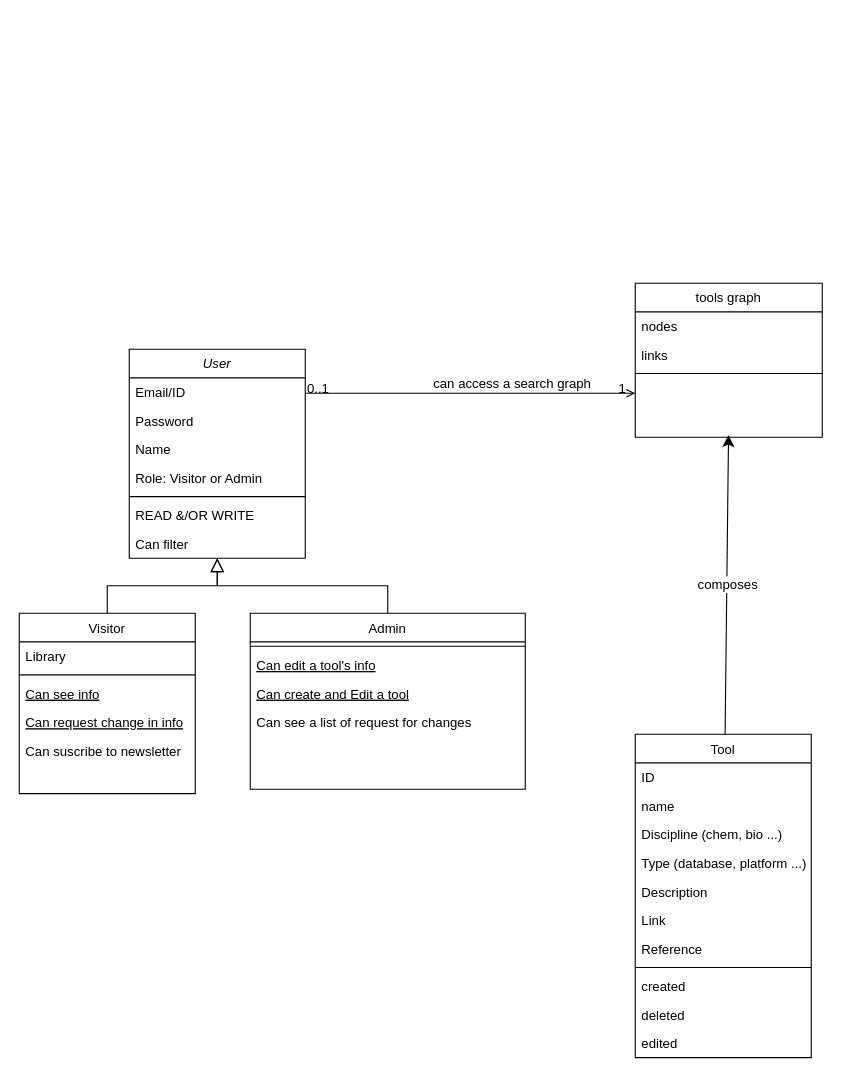
Before: Untitled Diagram.drawio in mr-nahash/cheminformatic-apps, a draw.io diagram. Source tidied: cells renumbered, new cells numbered last; positions are measured from the earlier drawing's top-left corner, leaving out a move shared by most shapes. Both pictures are drawn from the tidied source at 110%, with x=0, y=0 at pixel (19, 283).
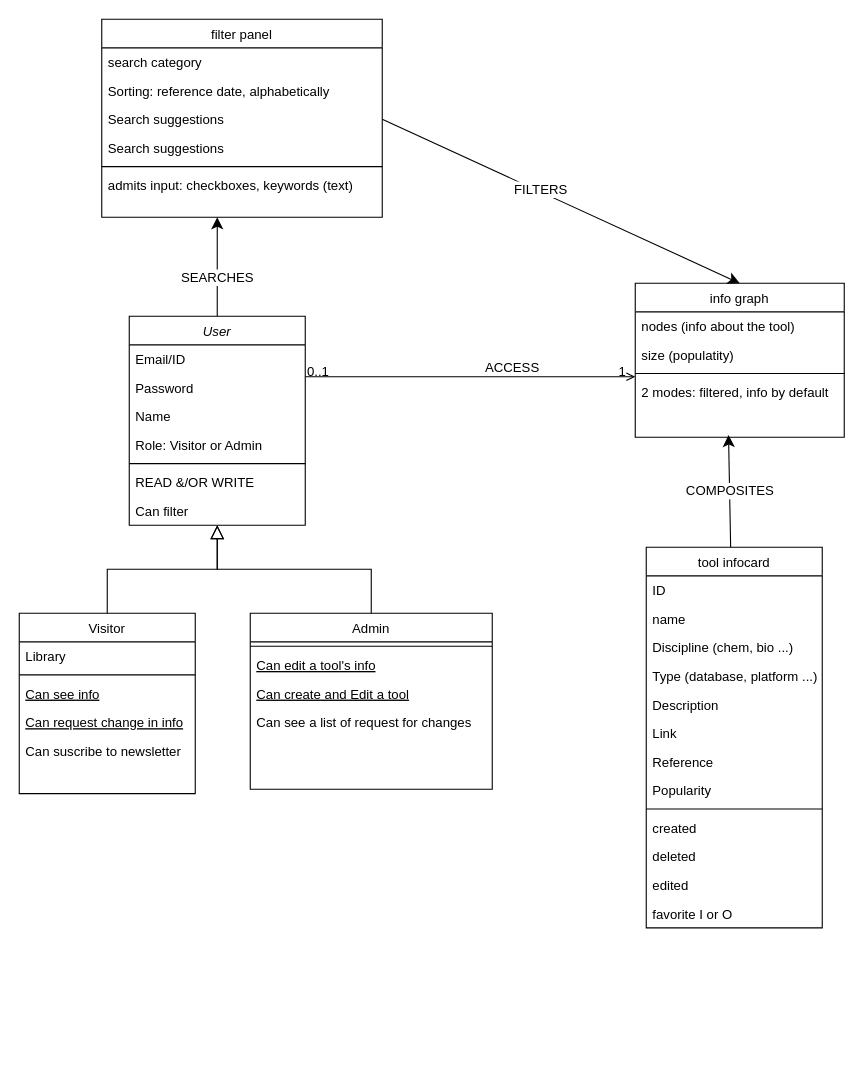
Above is the later version.

Commit message (it also covers changes not shown here):
chem-connect class diagram.drawio

The change refers to these unchanged cells:
```xml
<mxCell id="27" style="endArrow=open;shadow=0;strokeWidth=1;rounded=0;curved=0;endFill=1;edgeStyle=elbowEdgeStyle;elbow=vertical;" parent="1" edge="1" source="2" target="23">
  <mxGeometry x="0.5" y="41" relative="1" as="geometry">
    <mxPoint x="-40" y="32" as="offset" />
  </mxGeometry>
</mxCell>
<mxCell id="31" style="edgeStyle=none;curved=1;rounded=0;jettySize=auto;html=1;fontSize=12;startSize=8;endSize=8;" parent="1" edge="1" source="33">
  <mxGeometry relative="1" as="geometry">
    <mxPoint x="644.8" y="138" as="targetPoint" />
  </mxGeometry>
</mxCell>
```

Change to the diagram source:
```diff
@@
+    <mxCell id="45" style="edgeStyle=none;curved=1;rounded=0;jettySize=auto;html=1;exitX=0.5;exitY=0;exitDx=0;exitDy=0;fontSize=12;startSize=8;endSize=8;" parent="1" edge="1" source="2">
+      <mxGeometry relative="1" as="geometry">
+        <mxPoint x="180" y="-60" as="targetPoint" />
+      </mxGeometry>
+    </mxCell>
+    <mxCell id="46" value="SEARCHES" style="edgeLabel;html=1;align=center;verticalAlign=middle;fontSize=12;" parent="45" vertex="1">
+      <mxGeometry x="-0.2" y="1" relative="1" as="geometry" />
+    </mxCell>
     <mxCell id="2" value="User" style="swimlane;fontStyle=2;align=center;verticalAlign=top;horizontal=1;startSize=26;rounded=0;shadow=0;strokeWidth=1;" parent="1" vertex="1">
-      <mxGeometry x="100" y="60" width="160" height="190" as="geometry" />
+      <mxGeometry x="100" y="30" width="160" height="190" as="geometry" />
     </mxCell>
@@
     <mxCell id="17" value="Admin" style="swimlane;fontStyle=0;align=center;verticalAlign=top;horizontal=1;startSize=26;rounded=0;shadow=0;strokeWidth=1;" parent="1" vertex="1">
-      <mxGeometry x="210" y="300" width="250" height="160" as="geometry" />
+      <mxGeometry x="210" y="300" width="220" height="160" as="geometry" />
     </mxCell>
     <mxCell id="18" style="line;html=1;strokeWidth=1;align=left;verticalAlign=middle;spacingTop=-1;spacingLeft=3;spacingRight=3;labelPosition=right;" parent="17" vertex="1">
-      <mxGeometry y="26" width="250" height="8" as="geometry" />
+      <mxGeometry y="26" width="220" height="8" as="geometry" />
     </mxCell>
     <mxCell id="19" value="Can edit a tool's info" style="text;align=left;verticalAlign=top;spacingLeft=4;spacingRight=4;overflow=hidden;fontStyle=4;" parent="17" vertex="1">
-      <mxGeometry y="34" width="250" height="26" as="geometry" />
+      <mxGeometry y="34" width="220" height="26" as="geometry" />
     </mxCell>
     <mxCell id="20" value="Can create and Edit a tool" style="text;align=left;verticalAlign=top;spacingLeft=4;spacingRight=4;overflow=hidden;fontStyle=4;" parent="17" vertex="1">
-      <mxGeometry y="60" width="250" height="26" as="geometry" />
+      <mxGeometry y="60" width="220" height="26" as="geometry" />
     </mxCell>
     <mxCell id="21" value="Can see a list of request for changes" style="text;align=left;verticalAlign=top;spacingLeft=4;spacingRight=4;overflow=hidden;" parent="17" vertex="1">
-      <mxGeometry y="86" width="250" height="26" as="geometry" />
+      <mxGeometry y="86" width="220" height="26" as="geometry" />
     </mxCell>
@@
-    <mxCell id="23" value="tools graph" style="swimlane;fontStyle=0;align=center;verticalAlign=top;horizontal=1;startSize=26;rounded=0;shadow=0;strokeWidth=1;" parent="1" vertex="1">
-      <mxGeometry x="560" width="170" height="140" as="geometry" />
+    <mxCell id="23" value="info graph" style="swimlane;fontStyle=0;align=center;verticalAlign=top;horizontal=1;startSize=26;rounded=0;shadow=0;strokeWidth=1;" parent="1" vertex="1">
+      <mxGeometry x="560" width="190" height="140" as="geometry" />
     </mxCell>
-    <mxCell id="24" value="nodes" style="text;align=left;verticalAlign=top;spacingLeft=4;spacingRight=4;overflow=hidden;" parent="23" vertex="1">
-      <mxGeometry y="26" width="170" height="26" as="geometry" />
+    <mxCell id="24" value="nodes (info about the tool)" style="text;align=left;verticalAlign=top;spacingLeft=4;spacingRight=4;overflow=hidden;" parent="23" vertex="1">
+      <mxGeometry y="26" width="190" height="26" as="geometry" />
     </mxCell>
-    <mxCell id="25" value="links" style="text;align=left;verticalAlign=top;spacingLeft=4;spacingRight=4;overflow=hidden;rounded=0;shadow=0;html=0;" parent="23" vertex="1">
-      <mxGeometry y="52" width="170" height="26" as="geometry" />
-    </mxCell>
+    <mxCell id="47" value="size (populatity)" style="text;align=left;verticalAlign=top;spacingLeft=4;spacingRight=4;overflow=hidden;rounded=0;shadow=0;html=0;" parent="23" vertex="1">
+      <mxGeometry y="52" width="190" height="26" as="geometry" />
+    </mxCell>
     <mxCell id="26" style="line;html=1;strokeWidth=1;align=left;verticalAlign=middle;spacingTop=-1;spacingLeft=3;spacingRight=3;labelPosition=right;" parent="23" vertex="1">
-      <mxGeometry y="78" width="170" height="8" as="geometry" />
+      <mxGeometry y="78" width="190" height="8" as="geometry" />
     </mxCell>
+    <mxCell id="48" value="2 modes: filtered, info by default" style="text;align=left;verticalAlign=top;spacingLeft=4;spacingRight=4;overflow=hidden;rounded=0;shadow=0;html=0;" parent="23" vertex="1">
+      <mxGeometry y="86" width="190" height="26" as="geometry" />
+    </mxCell>
@@
-    <mxCell id="30" value="can access a search graph" style="text;html=1;align=center;verticalAlign=middle;labelBackgroundColor=none;rounded=0;shadow=0;strokeWidth=1;fontSize=12;" parent="27" vertex="1">
+    <mxCell id="30" value="ACCESS" style="text;html=1;align=center;verticalAlign=middle;labelBackgroundColor=none;rounded=0;shadow=0;strokeWidth=1;fontSize=12;" parent="27" vertex="1">
       <mxGeometry x="0.5" y="49" relative="1" as="geometry">
         <mxPoint x="-38" y="40" as="offset" />
       </mxGeometry>
     </mxCell>
@@
-    <mxCell id="32" value="composes" style="edgeLabel;html=1;align=center;verticalAlign=middle;fontSize=12;" parent="31" vertex="1">
+    <mxCell id="32" value="COMPOSITES" style="edgeLabel;html=1;align=center;verticalAlign=middle;fontSize=12;" parent="31" vertex="1">
       <mxGeometry x="0.01" relative="1" as="geometry" />
     </mxCell>
-    <mxCell id="33" value="Tool" style="swimlane;fontStyle=0;align=center;verticalAlign=top;horizontal=1;startSize=26;rounded=0;shadow=0;strokeWidth=1;" parent="1" vertex="1">
-      <mxGeometry x="560" y="410" width="160" height="294" as="geometry" />
+    <mxCell id="33" value="tool infocard" style="swimlane;fontStyle=0;align=center;verticalAlign=top;horizontal=1;startSize=26;rounded=0;shadow=0;strokeWidth=1;" parent="1" vertex="1">
+      <mxGeometry x="570" y="240" width="160" height="346" as="geometry" />
     </mxCell>
@@
+    <mxCell id="49" value="Reference" style="text;align=left;verticalAlign=top;spacingLeft=4;spacingRight=4;overflow=hidden;rounded=0;shadow=0;html=0;" parent="33" vertex="1">
+      <mxGeometry y="182" width="160" height="26" as="geometry" />
+    </mxCell>
-    <mxCell id="40" value="Reference" style="text;align=left;verticalAlign=top;spacingLeft=4;spacingRight=4;overflow=hidden;rounded=0;shadow=0;html=0;" parent="33" vertex="1">
-      <mxGeometry y="182" width="160" height="26" as="geometry" />
+    <mxCell id="40" value="Popularity" style="text;align=left;verticalAlign=top;spacingLeft=4;spacingRight=4;overflow=hidden;rounded=0;shadow=0;html=0;" parent="33" vertex="1">
+      <mxGeometry y="208" width="160" height="26" as="geometry" />
     </mxCell>
     <mxCell id="41" style="line;html=1;strokeWidth=1;align=left;verticalAlign=middle;spacingTop=-1;spacingLeft=3;spacingRight=3;labelPosition=right;" parent="33" vertex="1">
-      <mxGeometry y="208" width="160" height="8" as="geometry" />
+      <mxGeometry y="234" width="160" height="8" as="geometry" />
     </mxCell>
     <mxCell id="42" value="created" style="text;align=left;verticalAlign=top;spacingLeft=4;spacingRight=4;overflow=hidden;" parent="33" vertex="1">
-      <mxGeometry y="216" width="160" height="26" as="geometry" />
+      <mxGeometry y="242" width="160" height="26" as="geometry" />
     </mxCell>
     <mxCell id="43" value="deleted" style="text;align=left;verticalAlign=top;spacingLeft=4;spacingRight=4;overflow=hidden;" parent="33" vertex="1">
-      <mxGeometry y="242" width="160" height="26" as="geometry" />
+      <mxGeometry y="268" width="160" height="26" as="geometry" />
     </mxCell>
     <mxCell id="44" value="edited" style="text;align=left;verticalAlign=top;spacingLeft=4;spacingRight=4;overflow=hidden;" parent="33" vertex="1">
-      <mxGeometry y="268" width="160" height="26" as="geometry" />
+      <mxGeometry y="294" width="160" height="26" as="geometry" />
     </mxCell>
+    <mxCell id="50" value="favorite I or O" style="text;align=left;verticalAlign=top;spacingLeft=4;spacingRight=4;overflow=hidden;" parent="33" vertex="1">
+      <mxGeometry y="320" width="160" height="26" as="geometry" />
+    </mxCell>
+    <mxCell id="51" value="filter panel" style="swimlane;fontStyle=0;align=center;verticalAlign=top;horizontal=1;startSize=26;rounded=0;shadow=0;strokeWidth=1;" parent="1" vertex="1">
+      <mxGeometry x="75" y="-240" width="255" height="180" as="geometry" />
+    </mxCell>
+    <mxCell id="52" value="search category" style="text;align=left;verticalAlign=top;spacingLeft=4;spacingRight=4;overflow=hidden;rounded=0;shadow=0;html=0;" parent="51" vertex="1">
+      <mxGeometry y="26" width="255" height="26" as="geometry" />
+    </mxCell>
+    <mxCell id="53" value="Sorting: reference date, alphabetically" style="text;align=left;verticalAlign=top;spacingLeft=4;spacingRight=4;overflow=hidden;rounded=0;shadow=0;html=0;" parent="51" vertex="1">
+      <mxGeometry y="52" width="255" height="26" as="geometry" />
+    </mxCell>
+    <mxCell id="54" value="Search suggestions" style="text;align=left;verticalAlign=top;spacingLeft=4;spacingRight=4;overflow=hidden;points=[[0,0.5],[1,0.5]];portConstraint=eastwest;rounded=0;shadow=0;html=0;" parent="51" vertex="1">
+      <mxGeometry y="78" width="255" height="26" as="geometry" />
+    </mxCell>
+    <mxCell id="55" value="Search suggestions" style="text;align=left;verticalAlign=top;spacingLeft=4;spacingRight=4;overflow=hidden;rounded=0;shadow=0;html=0;" parent="51" vertex="1">
+      <mxGeometry y="104" width="255" height="26" as="geometry" />
+    </mxCell>
+    <mxCell id="56" style="line;html=1;strokeWidth=1;align=left;verticalAlign=middle;spacingTop=-1;spacingLeft=3;spacingRight=3;labelPosition=right;" parent="51" vertex="1">
+      <mxGeometry y="130" width="255" height="8" as="geometry" />
+    </mxCell>
+    <mxCell id="57" value="admits input: checkboxes, keywords (text)" style="text;align=left;verticalAlign=top;spacingLeft=4;spacingRight=4;overflow=hidden;" parent="51" vertex="1">
+      <mxGeometry y="138" width="255" height="26" as="geometry" />
+    </mxCell>
+    <mxCell id="58" style="edgeStyle=none;curved=1;rounded=0;jettySize=auto;html=1;entryX=0.5;entryY=0;entryDx=0;entryDy=0;fontSize=12;startSize=8;endSize=8;exitX=1;exitY=0.5;exitDx=0;exitDy=0;" parent="1" edge="1" source="54" target="23">
+      <mxGeometry relative="1" as="geometry" />
+    </mxCell>
+    <mxCell id="59" value="FILTERS" style="edgeLabel;html=1;align=center;verticalAlign=middle;fontSize=12;" parent="58" vertex="1">
+      <mxGeometry x="-0.13" y="3" relative="1" as="geometry">
+        <mxPoint y="1" as="offset" />
+      </mxGeometry>
+    </mxCell>
```
